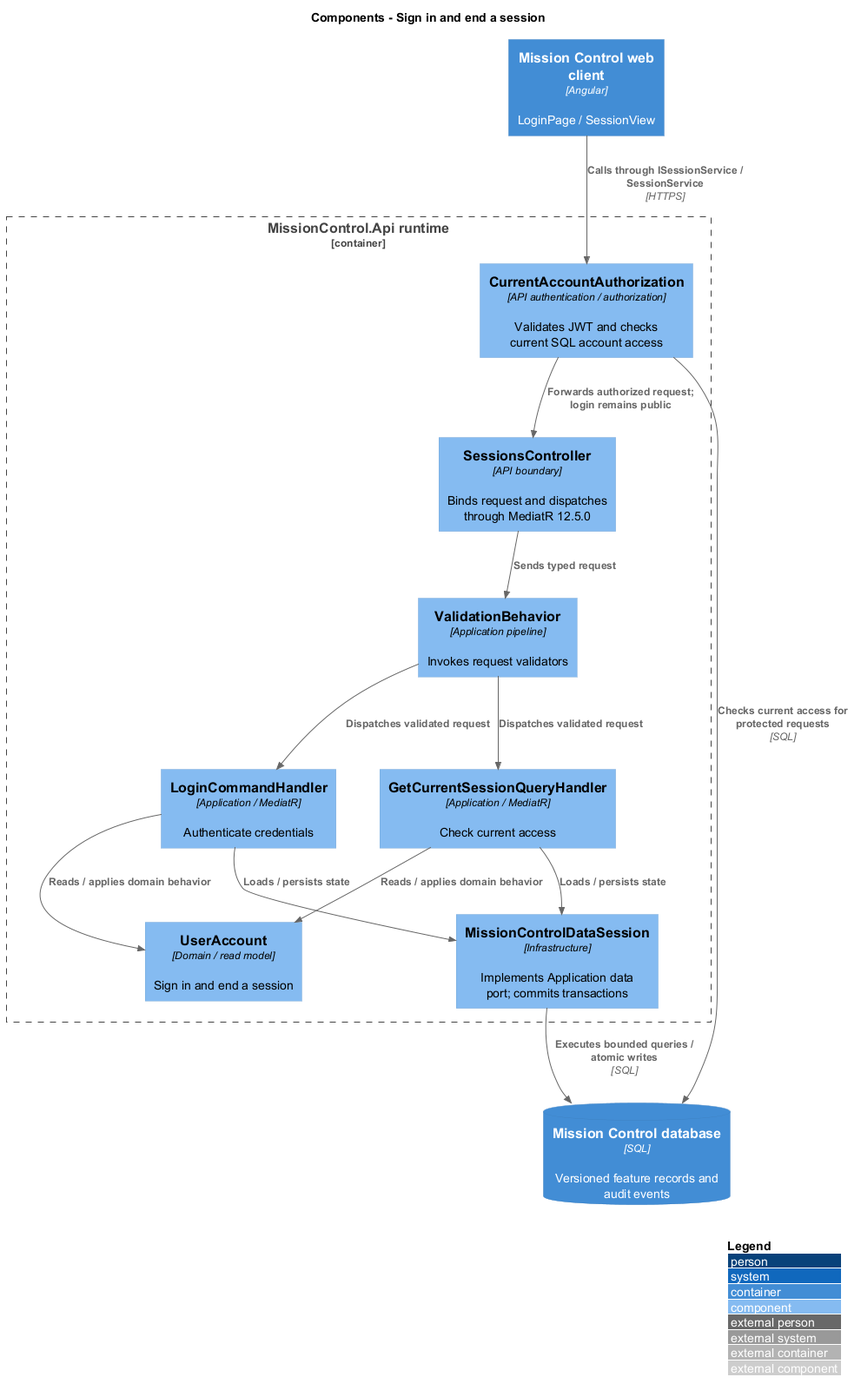
Earlier version of the PlantUML export docs/detailed-designs/identity/sign-in-and-end-session/diagrams/c4-component.png (QuinntyneBrown/mission-control).
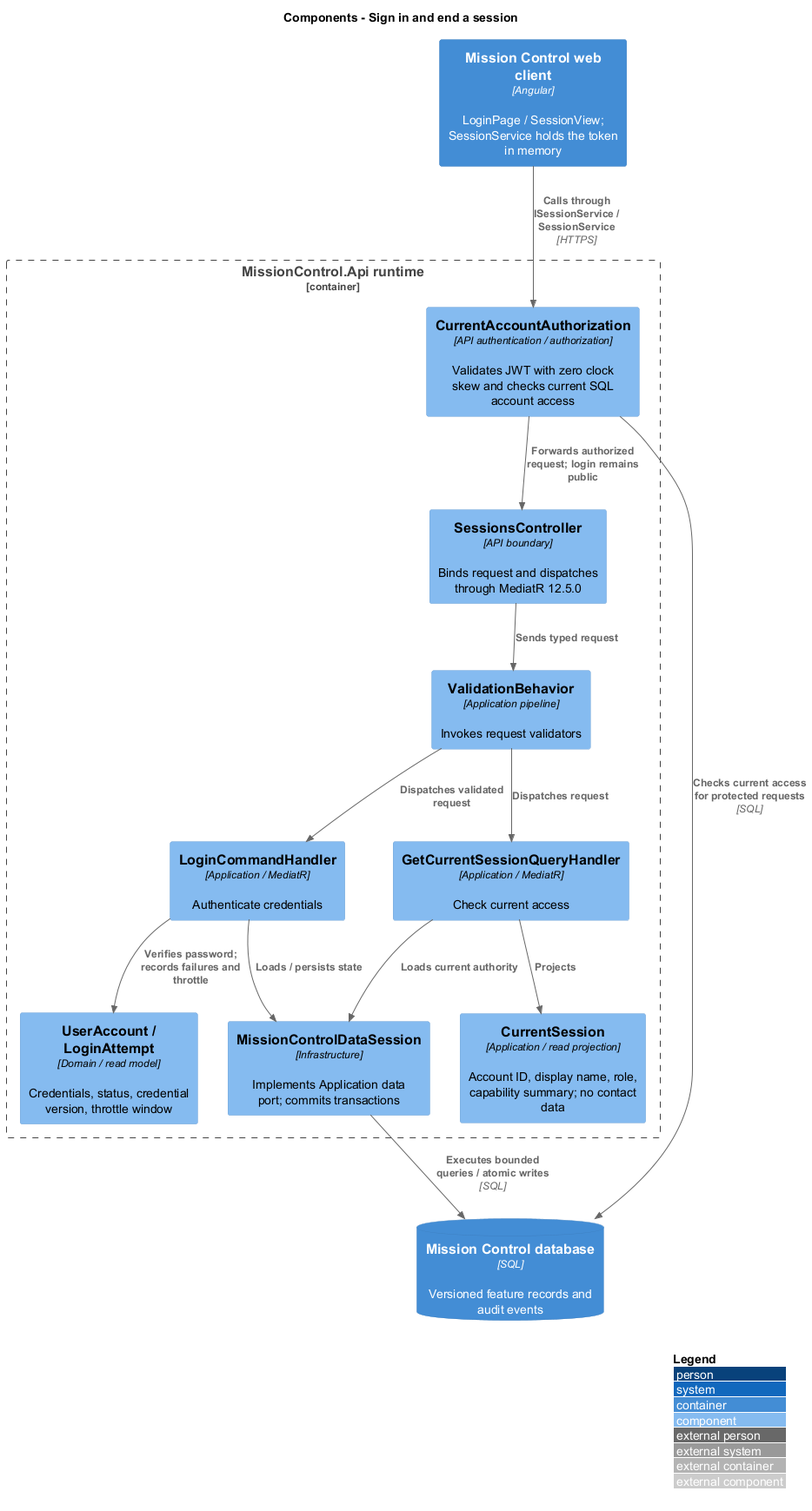
The same file after the commit.

The edit, as a diff of the source:
```diff
@@ -2,13 +2,14 @@
 !include <C4/C4_Component>
 LAYOUT_WITH_LEGEND()
 title Components - Sign in and end a session
-Container(web, "Mission Control web client", "Angular", "LoginPage / SessionView")
+Container(web, "Mission Control web client", "Angular", "LoginPage / SessionView; SessionService holds the token in memory")
 ContainerDb(db, "Mission Control database", "SQL", "Versioned feature records and audit events")
 Container_Boundary(api, "MissionControl.Api runtime") {
   Component(ctrl, "SessionsController", "API boundary", "Binds request and dispatches through MediatR 12.5.0")
-  Component(access, "CurrentAccountAuthorization", "API authentication / authorization", "Validates JWT and checks current SQL account access")
+  Component(access, "CurrentAccountAuthorization", "API authentication / authorization", "Validates JWT with zero clock skew and checks current SQL account access")
   Component(validation, "ValidationBehavior", "Application pipeline", "Invokes request validators")
-  Component(entity, "UserAccount", "Domain / read model", "Sign in and end a session")
+  Component(entity, "UserAccount / LoginAttempt", "Domain / read model", "Credentials, status, credential version, throttle window")
+  Component(projection, "CurrentSession", "Application / read projection", "Account ID, display name, role, capability summary; no contact data")
   Component(store, "MissionControlDataSession", "Infrastructure", "Implements Application data port; commits transactions")
 Rel(web, access, "Calls through ISessionService / SessionService", "HTTPS")
 Rel(access, db, "Checks current access for protected requests", "SQL")
@@ -16,12 +17,12 @@
 Rel(ctrl, validation, "Sends typed request")
 Component(h0, "LoginCommandHandler", "Application / MediatR", "Authenticate credentials")
 Rel(validation, h0, "Dispatches validated request")
-Rel(h0, entity, "Reads / applies domain behavior")
+Rel(h0, entity, "Verifies password; records failures and throttle")
 Rel(h0, store, "Loads / persists state")
 Component(h1, "GetCurrentSessionQueryHandler", "Application / MediatR", "Check current access")
-Rel(validation, h1, "Dispatches validated request")
-Rel(h1, entity, "Reads / applies domain behavior")
-Rel(h1, store, "Loads / persists state")
+Rel(validation, h1, "Dispatches request")
+Rel(h1, projection, "Projects")
+Rel(h1, store, "Loads current authority")
 }
 Rel(store, db, "Executes bounded queries / atomic writes", "SQL")
 @enduml
```
